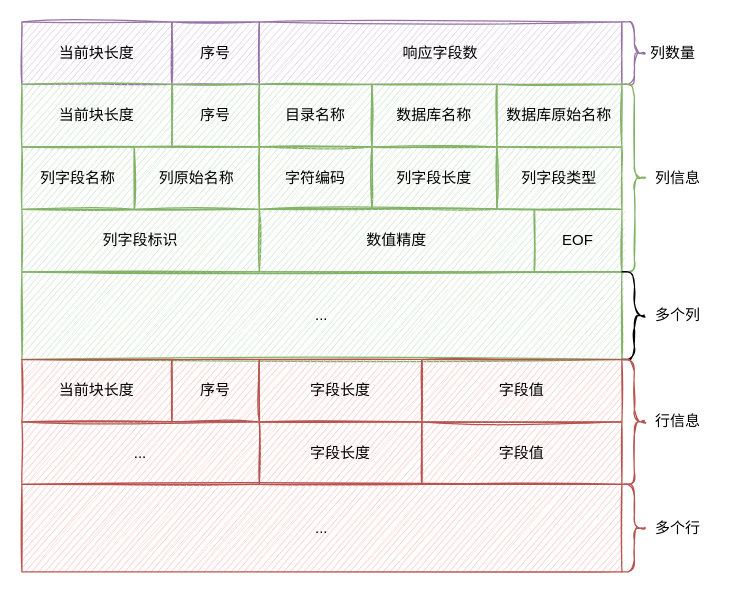
Earlier version of the draw.io diagram ck mysql response drawio.drawio (leonce28/draw-io-img). Source tidied: cells renumbered, new cells numbered last; positions are measured from the earlier drawing's top-left corner, leaving out a move shared by most shapes. Both pictures are drawn from the tidied source at 125%, with x=0, y=0 at pixel (21, 21).
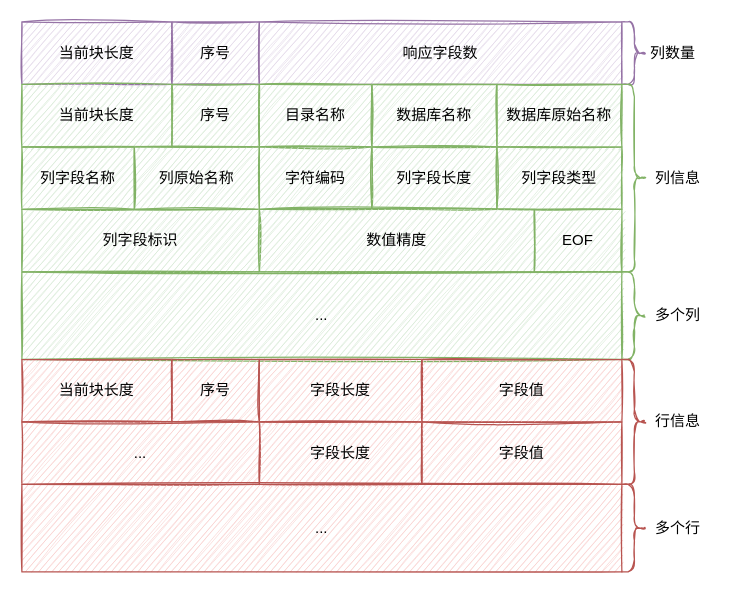
Above is the later version.

Change to the diagram source:
```diff
@@
-    <mxCell id="23" style="shape=curlyBracket;whiteSpace=wrap;html=1;rounded=1;flipH=1;sketch=1;fillColor=none;" parent="1" vertex="1">
+    <mxCell id="23" style="shape=curlyBracket;whiteSpace=wrap;html=1;rounded=1;flipH=1;sketch=1;fillColor=#d5e8d4;strokeColor=#82b366;" parent="1" vertex="1">
       <mxGeometry x="480" y="200" width="20" height="70" as="geometry" />
     </mxCell>
```
